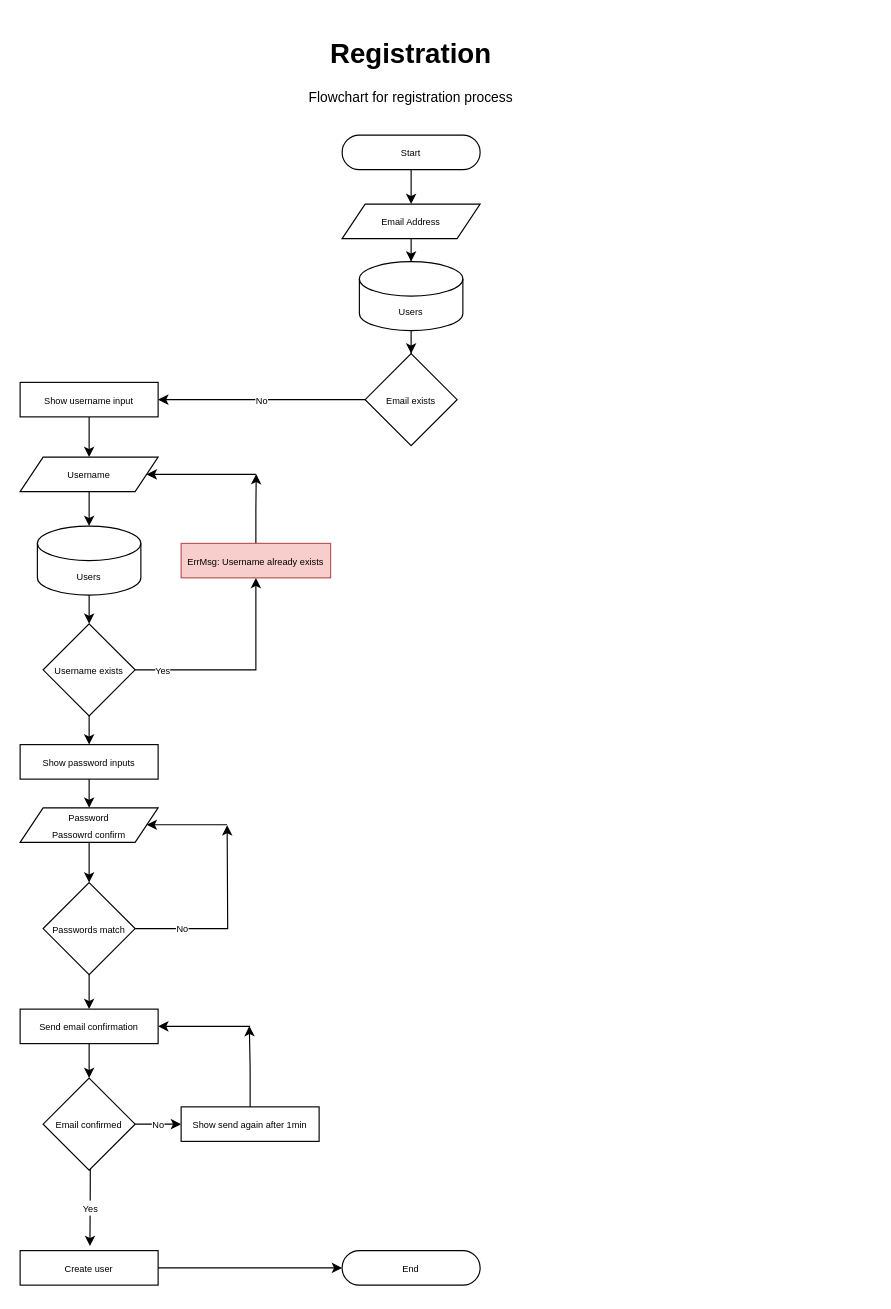
madeofeffort/flowcharts keeps this draw.io diagram as page "Registration" (3 of 9) of login.drawio. Above is the earlier version. Source tidied: cells renumbered, new cells numbered last; positions are measured from the earlier drawing's top-left corner, leaving out a move shared by most shapes. Both pictures are drawn from the tidied source at 115%, with x=0, y=0 at pixel (20, 31).
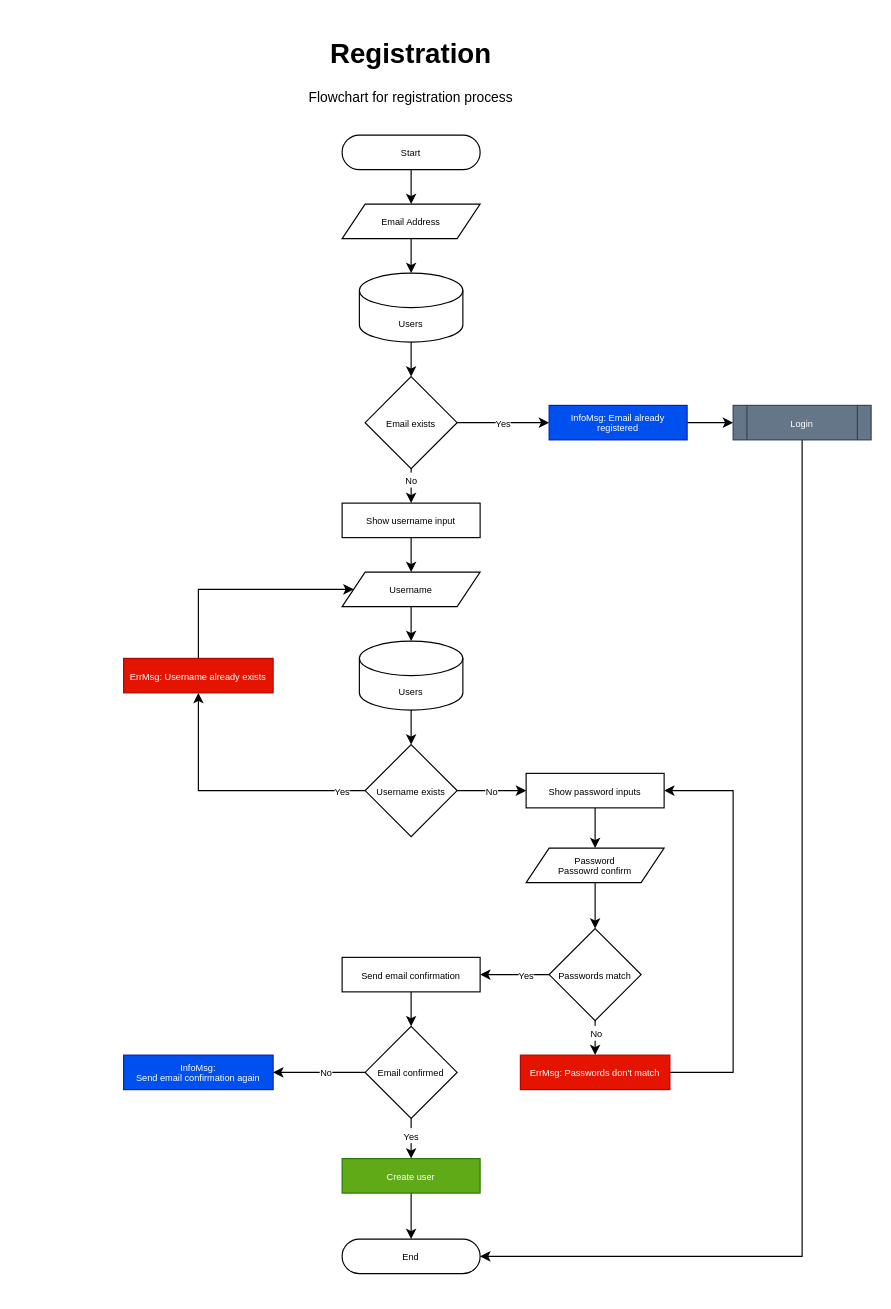
The same diagram, later.

Unchanged cells that the change refers to:
```xml
<mxCell id="15" style="edgeStyle=orthogonalEdgeStyle;rounded=0;jettySize=auto;html=1;entryX=0.5;entryY=1;entryDx=0;entryDy=0;" parent="1" edge="1" source="18" target="43">
  <mxGeometry relative="1" as="geometry" />
</mxCell>
```

Change to the diagram source:
```diff
@@
+    <mxCell id="44" value="&lt;font style=&quot;font-size: 8px;&quot;&gt;Yes&lt;/font&gt;" style="edgeStyle=orthogonalEdgeStyle;rounded=0;jettySize=auto;html=1;entryX=0;entryY=0.5;entryDx=0;entryDy=0;" parent="1" edge="1" source="7" target="51">
+      <mxGeometry relative="1" as="geometry">
+        <Array as="points">
+          <mxPoint x="460" y="340" />
+        </Array>
+      </mxGeometry>
+    </mxCell>
-    <mxCell id="6" value="&lt;font style=&quot;font-size: 8px;&quot;&gt;No&lt;/font&gt;" style="edgeStyle=orthogonalEdgeStyle;rounded=0;jettySize=auto;html=1;exitX=0;exitY=0.5;exitDx=0;exitDy=0;entryX=1;entryY=0.5;entryDx=0;entryDy=0;" parent="1" edge="1" source="7" target="9">
-      <mxGeometry relative="1" as="geometry" />
+    <mxCell id="6" value="&lt;font style=&quot;font-size: 8px;&quot;&gt;No&lt;/font&gt;" style="edgeStyle=orthogonalEdgeStyle;rounded=0;jettySize=auto;html=1;entryX=0.5;entryY=0;entryDx=0;entryDy=0;" parent="1" edge="1" source="7" target="9">
+      <mxGeometry x="-0.6" relative="1" as="geometry" />
     </mxCell>
     <mxCell id="7" value="&lt;font style=&quot;font-size: 8px;&quot;&gt;Email exists&lt;/font&gt;" style="rhombus;whiteSpace=wrap;html=1;" parent="1" vertex="1">
-      <mxGeometry x="300" y="280" width="80" height="80" as="geometry" />
+      <mxGeometry x="300" y="300" width="80" height="80" as="geometry" />
     </mxCell>
@@
     <mxCell id="9" value="&lt;font style=&quot;font-size: 8px;&quot;&gt;Show username input&lt;br&gt;&lt;/font&gt;" style="rounded=0;whiteSpace=wrap;html=1;" parent="1" vertex="1">
-      <mxGeometry y="305" width="120" height="30" as="geometry" />
+      <mxGeometry x="280" y="410" width="120" height="30" as="geometry" />
     </mxCell>
@@
     <mxCell id="11" value="&lt;font style=&quot;font-size: 8px;&quot;&gt;Users&lt;/font&gt;" style="shape=cylinder3;whiteSpace=wrap;html=1;boundedLbl=1;backgroundOutline=1;size=15;" parent="1" vertex="1">
-      <mxGeometry x="295" y="200" width="90" height="60" as="geometry" />
+      <mxGeometry x="295" y="210" width="90" height="60" as="geometry" />
     </mxCell>
@@
     <mxCell id="13" value="&lt;p style=&quot;line-height: 100%;&quot;&gt;&lt;font style=&quot;font-size: 8px;&quot;&gt;End&lt;/font&gt;&lt;/p&gt;" style="rounded=1;whiteSpace=wrap;html=1;arcSize=50;" parent="1" vertex="1">
-      <mxGeometry x="280" y="1060" width="120" height="30" as="geometry" />
+      <mxGeometry x="280" y="1050" width="120" height="30" as="geometry" />
     </mxCell>
     <mxCell id="14" value="&lt;font style=&quot;font-size: 8px;&quot;&gt;Username&lt;/font&gt;" style="shape=parallelogram;perimeter=parallelogramPerimeter;whiteSpace=wrap;html=1;fixedSize=1;" parent="1" vertex="1">
-      <mxGeometry y="370" width="120" height="30" as="geometry" />
+      <mxGeometry x="280" y="470" width="120" height="30" as="geometry" />
     </mxCell>
@@
     <mxCell id="16" value="&lt;font style=&quot;font-size: 8px;&quot;&gt;Yes&lt;/font&gt;" style="edgeLabel;html=1;align=center;verticalAlign=middle;" parent="15" vertex="1">
-      <mxGeometry x="-0.75" y="1" relative="1" as="geometry" />
+      <mxGeometry x="-0.75" y="1" relative="1" as="geometry">
+        <mxPoint x="8" y="-2" as="offset" />
+      </mxGeometry>
     </mxCell>
-    <mxCell id="17" style="edgeStyle=orthogonalEdgeStyle;rounded=0;jettySize=auto;html=1;entryX=0.5;entryY=0;entryDx=0;entryDy=0;" parent="1" edge="1" source="18" target="24">
-      <mxGeometry relative="1" as="geometry" />
-    </mxCell>
+    <mxCell id="34" value="&lt;font style=&quot;font-size: 8px;&quot;&gt;No&lt;/font&gt;" style="edgeStyle=orthogonalEdgeStyle;rounded=0;jettySize=auto;html=1;entryX=0;entryY=0.5;entryDx=0;entryDy=0;" parent="1" edge="1" source="18" target="24">
+      <mxGeometry relative="1" as="geometry">
+        <Array as="points">
+          <mxPoint x="410" y="660" />
+          <mxPoint x="410" y="660" />
+        </Array>
+      </mxGeometry>
+    </mxCell>
     <mxCell id="18" value="&lt;font style=&quot;font-size: 8px;&quot;&gt;Username exists&lt;/font&gt;" style="rhombus;whiteSpace=wrap;html=1;" parent="1" vertex="1">
-      <mxGeometry x="20" y="515" width="80" height="80" as="geometry" />
+      <mxGeometry x="300" y="620" width="80" height="80" as="geometry" />
     </mxCell>
@@
     <mxCell id="20" value="&lt;font style=&quot;font-size: 8px;&quot;&gt;Users&lt;/font&gt;" style="shape=cylinder3;whiteSpace=wrap;html=1;boundedLbl=1;backgroundOutline=1;size=15;" parent="1" vertex="1">
-      <mxGeometry x="15" y="430" width="90" height="60" as="geometry" />
+      <mxGeometry x="295" y="530" width="90" height="60" as="geometry" />
     </mxCell>
@@
-    <mxCell id="22" style="endArrow=classic;html=1;rounded=0;entryX=1;entryY=0.5;entryDx=0;entryDy=0;" parent="1" edge="1" target="14">
-      <mxGeometry relative="1" as="geometry">
-        <mxPoint x="205" y="385" as="sourcePoint" />
-      </mxGeometry>
-    </mxCell>
@@
     <mxCell id="24" value="&lt;font style=&quot;font-size: 8px;&quot;&gt;Show password inputs&lt;br&gt;&lt;/font&gt;" style="rounded=0;whiteSpace=wrap;html=1;" parent="1" vertex="1">
-      <mxGeometry y="620" width="120" height="30" as="geometry" />
+      <mxGeometry x="440" y="645" width="120" height="30" as="geometry" />
     </mxCell>
@@
-    <mxCell id="26" value="&lt;font style=&quot;font-size: 8px;&quot;&gt;Password&lt;br&gt;Passowrd confirm&lt;br&gt;&lt;/font&gt;" style="shape=parallelogram;perimeter=parallelogramPerimeter;whiteSpace=wrap;html=1;fixedSize=1;" parent="1" vertex="1">
-      <mxGeometry y="675" width="120" height="30" as="geometry" />
+    <mxCell id="26" value="&lt;p style=&quot;line-height: 60%;&quot;&gt;&lt;font style=&quot;font-size: 8px;&quot;&gt;Password&lt;br&gt;Passowrd confirm&lt;br&gt;&lt;/font&gt;&lt;/p&gt;" style="shape=parallelogram;perimeter=parallelogramPerimeter;whiteSpace=wrap;html=1;fixedSize=1;" parent="1" vertex="1">
+      <mxGeometry x="440" y="710" width="120" height="30" as="geometry" />
     </mxCell>
-    <mxCell id="27" style="edgeStyle=orthogonalEdgeStyle;rounded=0;jettySize=auto;html=1;" parent="1" edge="1" source="30">
-      <mxGeometry relative="1" as="geometry">
-        <mxPoint x="180" y="690" as="targetPoint" />
-      </mxGeometry>
-    </mxCell>
-    <mxCell id="28" value="&lt;font style=&quot;font-size: 8px;&quot;&gt;No&lt;/font&gt;" style="edgeLabel;html=1;align=center;verticalAlign=middle;" parent="27" vertex="1">
-      <mxGeometry x="-0.53" y="2" relative="1" as="geometry" />
-    </mxCell>
+    <mxCell id="45" style="edgeStyle=orthogonalEdgeStyle;rounded=0;jettySize=auto;html=1;entryX=0.5;entryY=0;entryDx=0;entryDy=0;" parent="1" edge="1" source="30" target="55">
+      <mxGeometry relative="1" as="geometry" />
+    </mxCell>
+    <mxCell id="46" value="&lt;font style=&quot;font-size: 8px;&quot;&gt;No&lt;/font&gt;" style="edgeLabel;html=1;align=center;verticalAlign=middle;" parent="45" vertex="1">
+      <mxGeometry x="-0.44" y="1" relative="1" as="geometry">
+        <mxPoint x="-1" y="-4" as="offset" />
+      </mxGeometry>
+    </mxCell>
-    <mxCell id="29" style="edgeStyle=orthogonalEdgeStyle;rounded=0;jettySize=auto;html=1;entryX=0.5;entryY=0;entryDx=0;entryDy=0;" parent="1" edge="1" source="30" target="33">
-      <mxGeometry relative="1" as="geometry" />
+    <mxCell id="29" value="&lt;font style=&quot;font-size: 8px;&quot;&gt;Yes&lt;/font&gt;" style="edgeStyle=orthogonalEdgeStyle;rounded=0;jettySize=auto;html=1;entryX=1;entryY=0.5;entryDx=0;entryDy=0;" parent="1" edge="1" source="30" target="33">
+      <mxGeometry x="-0.33" relative="1" as="geometry" />
     </mxCell>
     <mxCell id="30" value="&lt;font style=&quot;font-size: 8px;&quot;&gt;Passwords match&lt;/font&gt;" style="rhombus;whiteSpace=wrap;html=1;" parent="1" vertex="1">
-      <mxGeometry x="20" y="740" width="80" height="80" as="geometry" />
+      <mxGeometry x="460" y="780" width="80" height="80" as="geometry" />
     </mxCell>
-    <mxCell id="31" style="endArrow=classic;html=1;rounded=0;entryX=1;entryY=0.5;entryDx=0;entryDy=0;" parent="1" edge="1">
-      <mxGeometry relative="1" as="geometry">
-        <mxPoint x="180" y="689.7" as="sourcePoint" />
-        <mxPoint x="110" y="689.7" as="targetPoint" />
-      </mxGeometry>
-    </mxCell>
@@
     <mxCell id="33" value="&lt;font style=&quot;font-size: 8px;&quot;&gt;Send email confirmation&lt;br&gt;&lt;/font&gt;" style="rounded=0;whiteSpace=wrap;html=1;" parent="1" vertex="1">
-      <mxGeometry y="850" width="120" height="30" as="geometry" />
+      <mxGeometry x="280" y="805" width="120" height="30" as="geometry" />
     </mxCell>
-    <mxCell id="34" value="&lt;font style=&quot;font-size: 8px;&quot;&gt;No&lt;/font&gt;" style="edgeStyle=orthogonalEdgeStyle;rounded=0;jettySize=auto;html=1;entryX=0;entryY=0.5;entryDx=0;entryDy=0;" parent="1" edge="1" source="35" target="39">
-      <mxGeometry relative="1" as="geometry" />
-    </mxCell>
+    <mxCell id="40" value="&lt;font style=&quot;font-size: 8px;&quot;&gt;Yes&lt;/font&gt;" style="edgeStyle=orthogonalEdgeStyle;rounded=0;jettySize=auto;html=1;entryX=0.5;entryY=0;entryDx=0;entryDy=0;" parent="1" edge="1" source="35" target="37">
+      <mxGeometry x="0.11" relative="1" as="geometry" />
+    </mxCell>
+    <mxCell id="47" style="edgeStyle=orthogonalEdgeStyle;rounded=0;jettySize=auto;html=1;entryX=1;entryY=0.5;entryDx=0;entryDy=0;" parent="1" edge="1" source="35" target="56">
+      <mxGeometry relative="1" as="geometry" />
+    </mxCell>
+    <mxCell id="48" value="&lt;font style=&quot;font-size: 8px;&quot;&gt;No&lt;/font&gt;" style="edgeLabel;html=1;align=center;verticalAlign=middle;" parent="47" vertex="1">
+      <mxGeometry x="0.03" y="-1" relative="1" as="geometry">
+        <mxPoint x="6" as="offset" />
+      </mxGeometry>
+    </mxCell>
     <mxCell id="35" value="&lt;span style=&quot;font-size: 8px;&quot;&gt;Email confirmed&lt;/span&gt;" style="rhombus;whiteSpace=wrap;html=1;" parent="1" vertex="1">
-      <mxGeometry x="20" y="910" width="80" height="80" as="geometry" />
+      <mxGeometry x="300" y="865" width="80" height="80" as="geometry" />
     </mxCell>
@@
-    <mxCell id="37" value="&lt;font style=&quot;font-size: 8px;&quot;&gt;Create user&lt;br&gt;&lt;/font&gt;" style="rounded=0;whiteSpace=wrap;html=1;" parent="1" vertex="1">
-      <mxGeometry y="1060" width="120" height="30" as="geometry" />
+    <mxCell id="37" value="&lt;font style=&quot;font-size: 8px;&quot;&gt;Create user&lt;br&gt;&lt;/font&gt;" style="rounded=0;whiteSpace=wrap;html=1;fillColor=#60a917;fontColor=#ffffff;strokeColor=#2D7600;" parent="1" vertex="1">
+      <mxGeometry x="280" y="980" width="120" height="30" as="geometry" />
     </mxCell>
-    <mxCell id="38" style="edgeStyle=orthogonalEdgeStyle;rounded=0;jettySize=auto;html=1;" parent="1" edge="1" source="39">
-      <mxGeometry relative="1" as="geometry">
-        <mxPoint x="199.3" y="864.7" as="targetPoint" />
-      </mxGeometry>
-    </mxCell>
-    <mxCell id="39" value="&lt;font style=&quot;font-size: 8px;&quot;&gt;Show send again after 1min&lt;br&gt;&lt;/font&gt;" style="rounded=0;whiteSpace=wrap;html=1;" parent="1" vertex="1">
-      <mxGeometry x="140" y="935" width="120" height="30" as="geometry" />
-    </mxCell>
-    <mxCell id="40" value="&lt;font style=&quot;font-size: 8px;&quot;&gt;Yes&lt;/font&gt;" style="edgeStyle=orthogonalEdgeStyle;rounded=0;jettySize=auto;html=1;entryX=0.506;entryY=-0.133;entryDx=0;entryDy=0;entryPerimeter=0;" parent="1" edge="1" source="35" target="37">
-      <mxGeometry relative="1" as="geometry">
-        <Array as="points">
-          <mxPoint x="61" y="1000" />
-          <mxPoint x="61" y="1000" />
-        </Array>
-      </mxGeometry>
-    </mxCell>
-    <mxCell id="41" style="endArrow=classic;html=1;rounded=0;entryX=1;entryY=0.5;entryDx=0;entryDy=0;" parent="1" edge="1" target="33">
-      <mxGeometry relative="1" as="geometry">
-        <mxPoint x="200" y="865" as="sourcePoint" />
-      </mxGeometry>
-    </mxCell>
-    <mxCell id="42" style="edgeStyle=orthogonalEdgeStyle;rounded=0;jettySize=auto;html=1;" parent="1" edge="1" source="43">
-      <mxGeometry relative="1" as="geometry">
-        <mxPoint x="205.3" y="384.7" as="targetPoint" />
-      </mxGeometry>
-    </mxCell>
+    <mxCell id="49" style="edgeStyle=orthogonalEdgeStyle;rounded=0;jettySize=auto;html=1;entryX=0;entryY=0.5;entryDx=0;entryDy=0;" parent="1" edge="1" source="43" target="14">
+      <mxGeometry relative="1" as="geometry">
+        <Array as="points">
+          <mxPoint x="155" y="485" />
+        </Array>
+      </mxGeometry>
+    </mxCell>
-    <mxCell id="43" value="&lt;font style=&quot;font-size: 8px;&quot;&gt;ErrMsg: Username already exists&lt;br&gt;&lt;/font&gt;" style="rounded=0;whiteSpace=wrap;html=1;fillColor=#f8cecc;strokeColor=#b85450;" parent="1" vertex="1">
-      <mxGeometry x="140" y="445" width="130" height="30" as="geometry" />
+    <mxCell id="43" value="&lt;font style=&quot;font-size: 8px;&quot;&gt;ErrMsg: Username already exists&lt;br&gt;&lt;/font&gt;" style="rounded=0;whiteSpace=wrap;html=1;fillColor=#e51400;strokeColor=#B20000;fontColor=#ffffff;" parent="1" vertex="1">
+      <mxGeometry x="90" y="545" width="130" height="30" as="geometry" />
     </mxCell>
+    <mxCell id="50" style="edgeStyle=orthogonalEdgeStyle;rounded=0;jettySize=auto;html=1;entryX=0;entryY=0.5;entryDx=0;entryDy=0;" parent="1" edge="1" source="51" target="53">
+      <mxGeometry relative="1" as="geometry" />
+    </mxCell>
+    <mxCell id="51" value="&lt;p style=&quot;line-height: 60%;&quot;&gt;&lt;font style=&quot;font-size: 8px;&quot;&gt;InfoMsg: Email already registered&lt;/font&gt;&lt;/p&gt;" style="rounded=0;whiteSpace=wrap;html=1;fillColor=#0050ef;strokeColor=#001DBC;fontColor=#ffffff;" parent="1" vertex="1">
+      <mxGeometry x="460" y="325" width="120" height="30" as="geometry" />
+    </mxCell>
+    <mxCell id="52" style="edgeStyle=orthogonalEdgeStyle;rounded=0;jettySize=auto;html=1;entryX=1;entryY=0.5;entryDx=0;entryDy=0;" parent="1" edge="1" source="53" target="13">
+      <mxGeometry relative="1" as="geometry">
+        <Array as="points">
+          <mxPoint x="680" y="1065" />
+        </Array>
+      </mxGeometry>
+    </mxCell>
+    <mxCell id="53" value="&lt;font style=&quot;font-size: 8px;&quot;&gt;Login&lt;/font&gt;" style="shape=process;whiteSpace=wrap;html=1;backgroundOutline=1;fillColor=#647687;fontColor=#ffffff;strokeColor=#314354;" parent="1" vertex="1">
+      <mxGeometry x="620" y="325" width="120" height="30" as="geometry" />
+    </mxCell>
+    <mxCell id="54" style="edgeStyle=orthogonalEdgeStyle;rounded=0;jettySize=auto;html=1;entryX=1;entryY=0.5;entryDx=0;entryDy=0;" parent="1" edge="1" source="55" target="24">
+      <mxGeometry relative="1" as="geometry">
+        <Array as="points">
+          <mxPoint x="620" y="905" />
+          <mxPoint x="620" y="660" />
+        </Array>
+      </mxGeometry>
+    </mxCell>
+    <mxCell id="55" value="&lt;font style=&quot;font-size: 8px;&quot;&gt;ErrMsg: Passwords don't match&lt;br&gt;&lt;/font&gt;" style="rounded=0;whiteSpace=wrap;html=1;fillColor=#e51400;strokeColor=#B20000;fontColor=#ffffff;" parent="1" vertex="1">
+      <mxGeometry x="435" y="890" width="130" height="30" as="geometry" />
+    </mxCell>
+    <mxCell id="56" value="&lt;p style=&quot;line-height: 60%;&quot;&gt;&lt;font style=&quot;font-size: 8px;&quot;&gt;InfoMsg:&lt;br&gt;Send email confirmation again&lt;br&gt;&lt;/font&gt;&lt;/p&gt;" style="rounded=0;whiteSpace=wrap;html=1;fillColor=#0050ef;strokeColor=#001DBC;fontColor=#ffffff;" parent="1" vertex="1">
+      <mxGeometry x="90" y="890" width="130" height="30" as="geometry" />
+    </mxCell>
```
